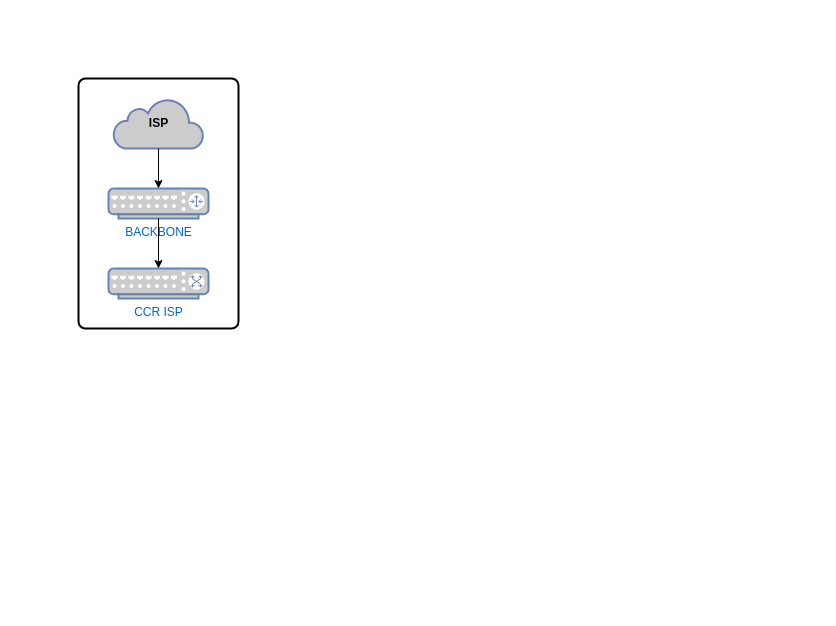
Earlier version of the draw.io diagram Untitled Diagram.drawio (komandan/dupak). Source tidied: cells renumbered, new cells numbered last; positions are measured from the earlier drawing's top-left corner, leaving out a move shared by most shapes. Both pictures are drawn from the tidied source at 100%, with x=0, y=0 at pixel (78, 78).
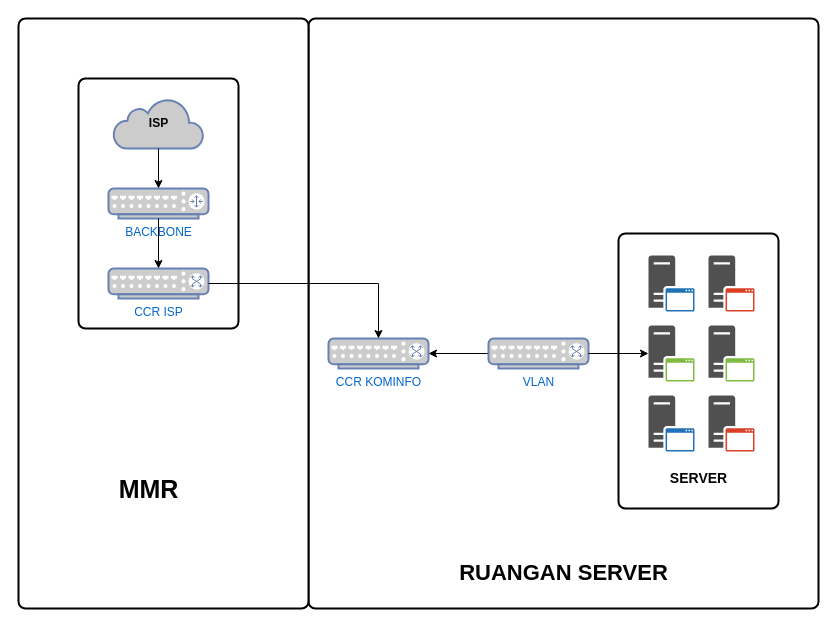
The same diagram, later.

The change refers to these unchanged cells:
```xml
<mxCell id="7" value="CCR ISP" style="fontColor=#0066CC;verticalAlign=top;verticalLabelPosition=bottom;labelPosition=center;align=center;html=1;outlineConnect=0;fillColor=#CCCCCC;strokeColor=#6881B3;gradientColor=none;gradientDirection=north;strokeWidth=2;shape=mxgraph.networks.switch;" parent="2" vertex="1">
  <mxGeometry y="170" width="100" height="30" as="geometry" />
</mxCell>
```

Diff of the diagram source:
```diff
@@
+    <mxCell id="9" style="group;" parent="1" vertex="1">
+      <mxGeometry x="-60" y="-60" width="800" height="590" as="geometry" />
+    </mxCell>
+    <mxCell id="10" style="rounded=1;whiteSpace=wrap;html=1;absoluteArcSize=1;arcSize=14;strokeWidth=2;fontSize=14;fontColor=#030303;" parent="9" vertex="1">
+      <mxGeometry x="290" width="510" height="590" as="geometry" />
+    </mxCell>
+    <mxCell id="11" style="rounded=1;whiteSpace=wrap;html=1;absoluteArcSize=1;arcSize=14;strokeWidth=2;fontSize=14;fontColor=#030303;" parent="9" vertex="1">
+      <mxGeometry width="290" height="590" as="geometry" />
+    </mxCell>
+    <mxCell id="12" style="rounded=1;whiteSpace=wrap;html=1;absoluteArcSize=1;arcSize=14;strokeWidth=2;fontColor=#030303;" parent="9" vertex="1">
+      <mxGeometry x="600" y="215" width="160" height="275" as="geometry" />
+    </mxCell>
-    <mxCell id="2" style="group;" parent="1" vertex="1">
-      <mxGeometry x="30" y="20" width="200" height="260" as="geometry" />
+    <mxCell id="2" style="group;" parent="9" vertex="1">
+      <mxGeometry x="90" y="80" width="200" height="260" as="geometry" />
     </mxCell>
@@
+    <mxCell id="13" value="CCR KOMINFO" style="fontColor=#0066CC;verticalAlign=top;verticalLabelPosition=bottom;labelPosition=center;align=center;html=1;outlineConnect=0;fillColor=#CCCCCC;strokeColor=#6881B3;gradientColor=none;gradientDirection=north;strokeWidth=2;shape=mxgraph.networks.switch;" parent="9" vertex="1">
+      <mxGeometry x="310" y="320" width="100" height="30" as="geometry" />
+    </mxCell>
+    <mxCell id="14" style="edgeStyle=orthogonalEdgeStyle;rounded=0;jettySize=auto;html=1;fontColor=#030303;" parent="9" edge="1" source="7" target="13">
+      <mxGeometry relative="1" as="geometry" />
+    </mxCell>
+    <mxCell id="15" style="edgeStyle=orthogonalEdgeStyle;rounded=0;jettySize=auto;html=1;fontColor=#030303;" parent="9" edge="1" source="16" target="13">
+      <mxGeometry relative="1" as="geometry" />
+    </mxCell>
+    <mxCell id="16" value="VLAN" style="fontColor=#0066CC;verticalAlign=top;verticalLabelPosition=bottom;labelPosition=center;align=center;html=1;outlineConnect=0;fillColor=#CCCCCC;strokeColor=#6881B3;gradientColor=none;gradientDirection=north;strokeWidth=2;shape=mxgraph.networks.switch;" parent="9" vertex="1">
+      <mxGeometry x="470" y="320" width="100" height="30" as="geometry" />
+    </mxCell>
+    <mxCell id="17" style="sketch=0;shadow=0;dashed=0;html=1;strokeColor=none;fillColor=#505050;labelPosition=center;verticalLabelPosition=bottom;verticalAlign=top;align=center;shape=mxgraph.office.servers.application_server_blue;fontColor=#030303;" parent="9" vertex="1">
+      <mxGeometry x="630" y="237" width="46" height="56" as="geometry" />
+    </mxCell>
+    <mxCell id="18" style="sketch=0;shadow=0;dashed=0;html=1;strokeColor=none;fillColor=#505050;labelPosition=center;verticalLabelPosition=bottom;verticalAlign=top;align=center;shape=mxgraph.office.servers.application_server_orange;fontColor=#030303;" parent="9" vertex="1">
+      <mxGeometry x="690" y="237" width="46" height="56" as="geometry" />
+    </mxCell>
+    <mxCell id="19" style="sketch=0;shadow=0;dashed=0;html=1;strokeColor=none;fillColor=#505050;labelPosition=center;verticalLabelPosition=bottom;verticalAlign=top;outlineConnect=0;align=center;shape=mxgraph.office.servers.application_server_green;fontColor=#030303;" parent="9" vertex="1">
+      <mxGeometry x="630" y="307" width="46" height="56" as="geometry" />
+    </mxCell>
+    <mxCell id="20" style="edgeStyle=orthogonalEdgeStyle;rounded=0;jettySize=auto;html=1;fontColor=#030303;" parent="9" edge="1" source="16" target="19">
+      <mxGeometry relative="1" as="geometry" />
+    </mxCell>
+    <mxCell id="21" style="sketch=0;shadow=0;dashed=0;html=1;strokeColor=none;fillColor=#505050;labelPosition=center;verticalLabelPosition=bottom;verticalAlign=top;align=center;shape=mxgraph.office.servers.application_server_green;fontColor=#030303;" parent="9" vertex="1">
+      <mxGeometry x="690" y="307" width="46" height="56" as="geometry" />
+    </mxCell>
+    <mxCell id="22" style="sketch=0;shadow=0;dashed=0;html=1;strokeColor=none;fillColor=#505050;labelPosition=center;verticalLabelPosition=bottom;verticalAlign=top;align=center;shape=mxgraph.office.servers.application_server_blue;fontColor=#030303;" parent="9" vertex="1">
+      <mxGeometry x="630" y="377" width="46" height="56" as="geometry" />
+    </mxCell>
+    <mxCell id="23" style="sketch=0;shadow=0;dashed=0;html=1;strokeColor=none;fillColor=#505050;labelPosition=center;verticalLabelPosition=bottom;verticalAlign=top;align=center;shape=mxgraph.office.servers.application_server_orange;fontColor=#030303;" parent="9" vertex="1">
+      <mxGeometry x="690" y="377" width="46" height="56" as="geometry" />
+    </mxCell>
+    <mxCell id="24" value="&lt;font style=&quot;font-size: 14px&quot;&gt;&lt;b&gt;SERVER&lt;/b&gt;&lt;/font&gt;" style="text;html=1;align=center;verticalAlign=middle;fillColor=none;strokeColor=none;rounded=0;fontColor=#030303;" parent="9" vertex="1">
+      <mxGeometry x="645" y="450" width="70" height="20" as="geometry" />
+    </mxCell>
+    <mxCell id="25" value="&lt;b&gt;&lt;font style=&quot;font-size: 25px&quot;&gt;MMR&lt;/font&gt;&lt;/b&gt;" style="text;html=1;align=center;verticalAlign=middle;fillColor=none;strokeColor=none;rounded=0;fontSize=14;fontColor=#030303;" parent="9" vertex="1">
+      <mxGeometry x="90" y="455" width="80" height="30" as="geometry" />
+    </mxCell>
+    <mxCell id="26" value="&lt;font style=&quot;font-size: 22px&quot;&gt;&lt;b&gt;RUANGAN SERVER&lt;/b&gt;&lt;/font&gt;" style="text;html=1;align=center;verticalAlign=middle;fillColor=none;strokeColor=none;rounded=0;fontSize=14;fontColor=#030303;" parent="9" vertex="1">
+      <mxGeometry x="435" y="540" width="220" height="30" as="geometry" />
+    </mxCell>
```
